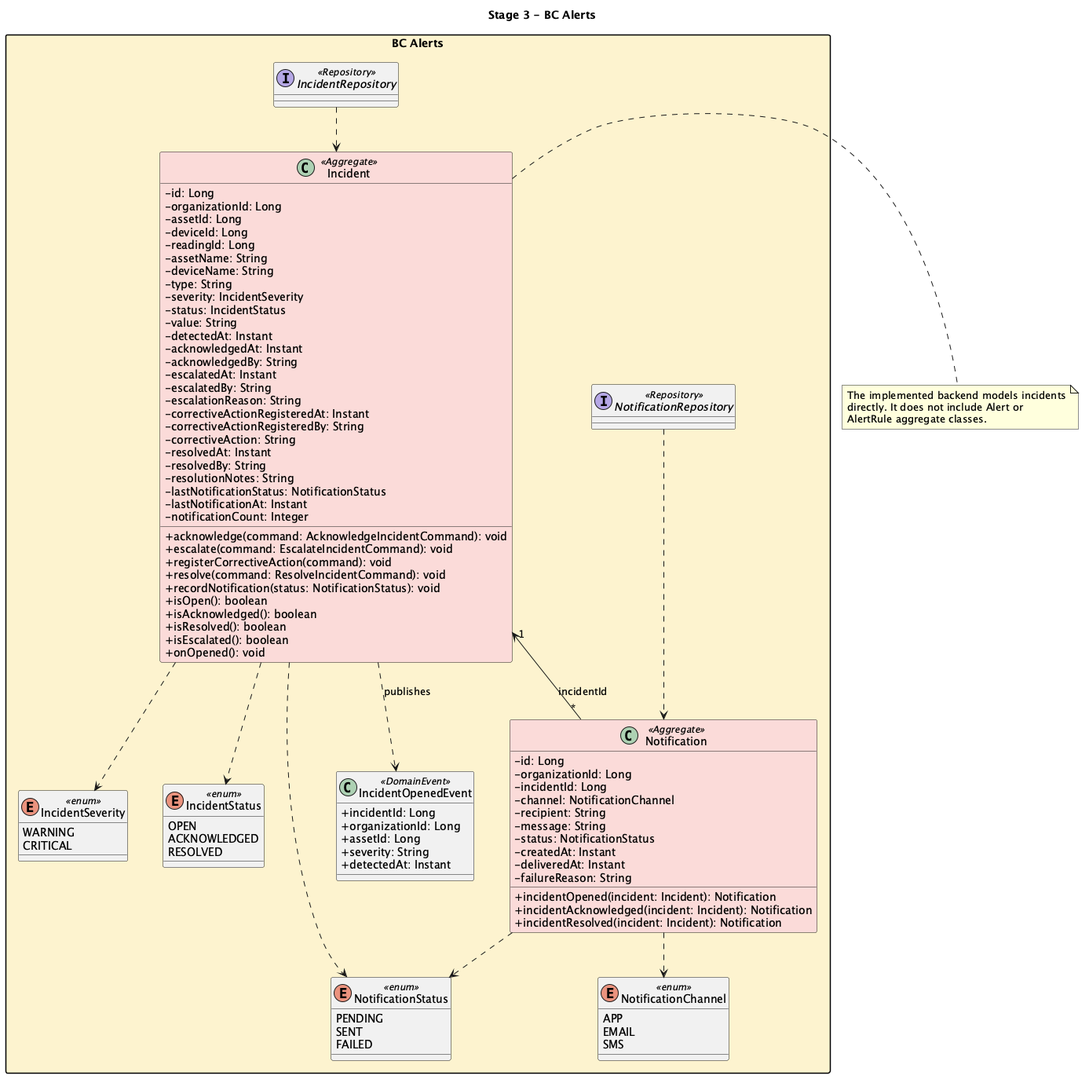
Earlier version of the PlantUML export report/assets/chapter-04/classdiagram/classdiagram-etapa3-bc-alertas.png (ICEQ2026/informe-del-proyecto).
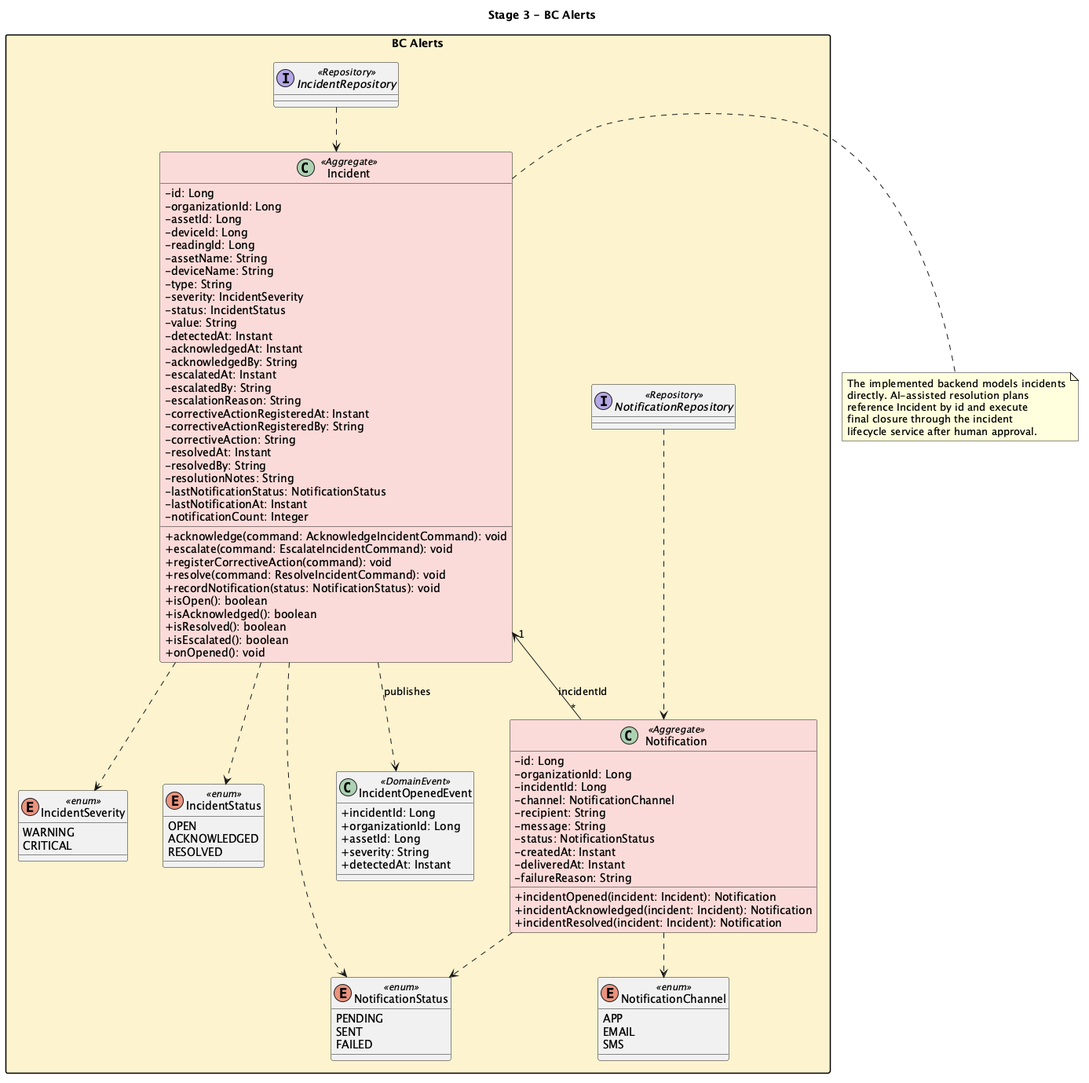
The same diagram one commit later.

Change to the diagram source:
```diff
@@ -112,8 +112,10 @@
 
 note right of Incident
   The implemented backend models incidents
-  directly. It does not include Alert or
-  AlertRule aggregate classes.
+  directly. AI-assisted resolution plans
+  reference Incident by id and execute
+  final closure through the incident
+  lifecycle service after human approval.
 end note
 
 @enduml
```
